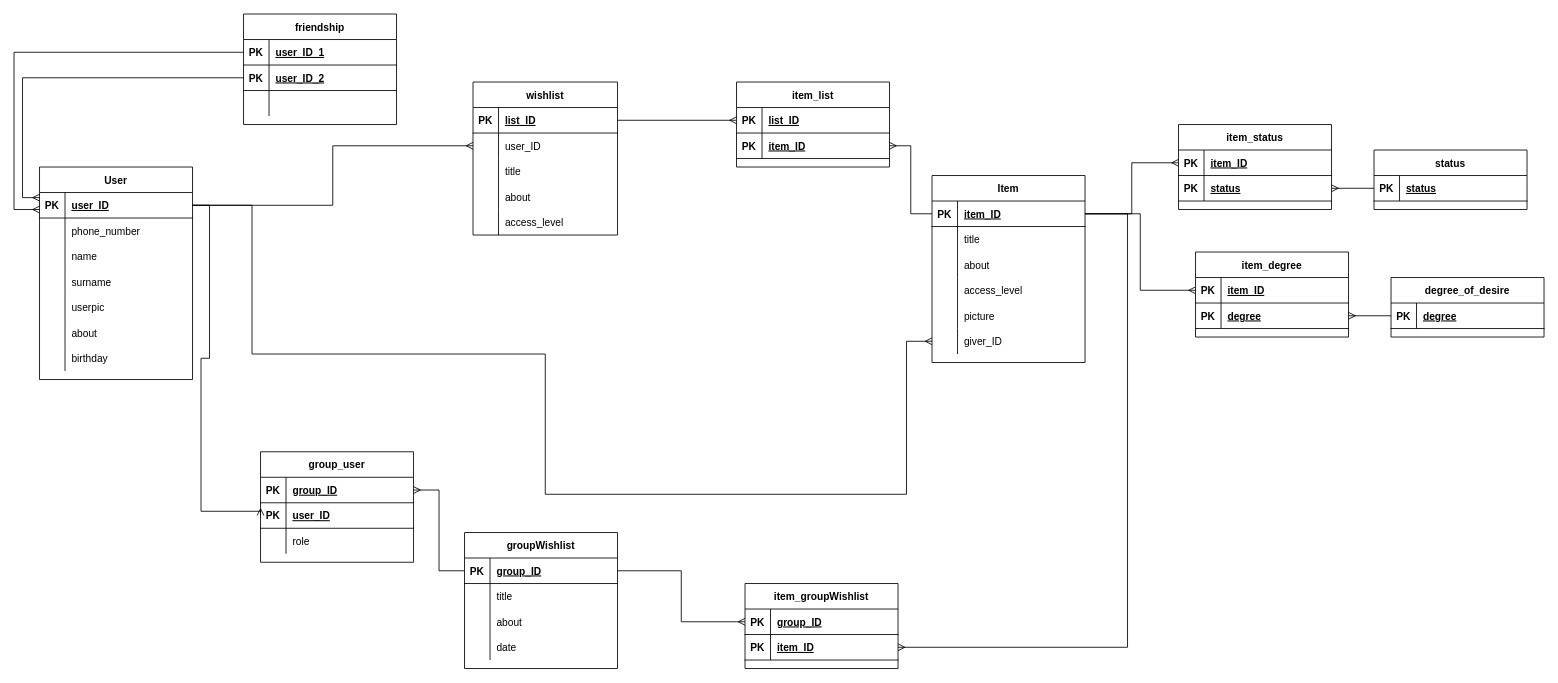
Before: ER_wishlist.drawio in johuex/wishlist_rest, a draw.io diagram. Source tidied: cells renumbered, new cells numbered last; positions are measured from the earlier drawing's top-left corner, leaving out a move shared by most shapes. Both pictures are drawn from the tidied source at 85%, with x=0, y=0 at pixel (14, 14).
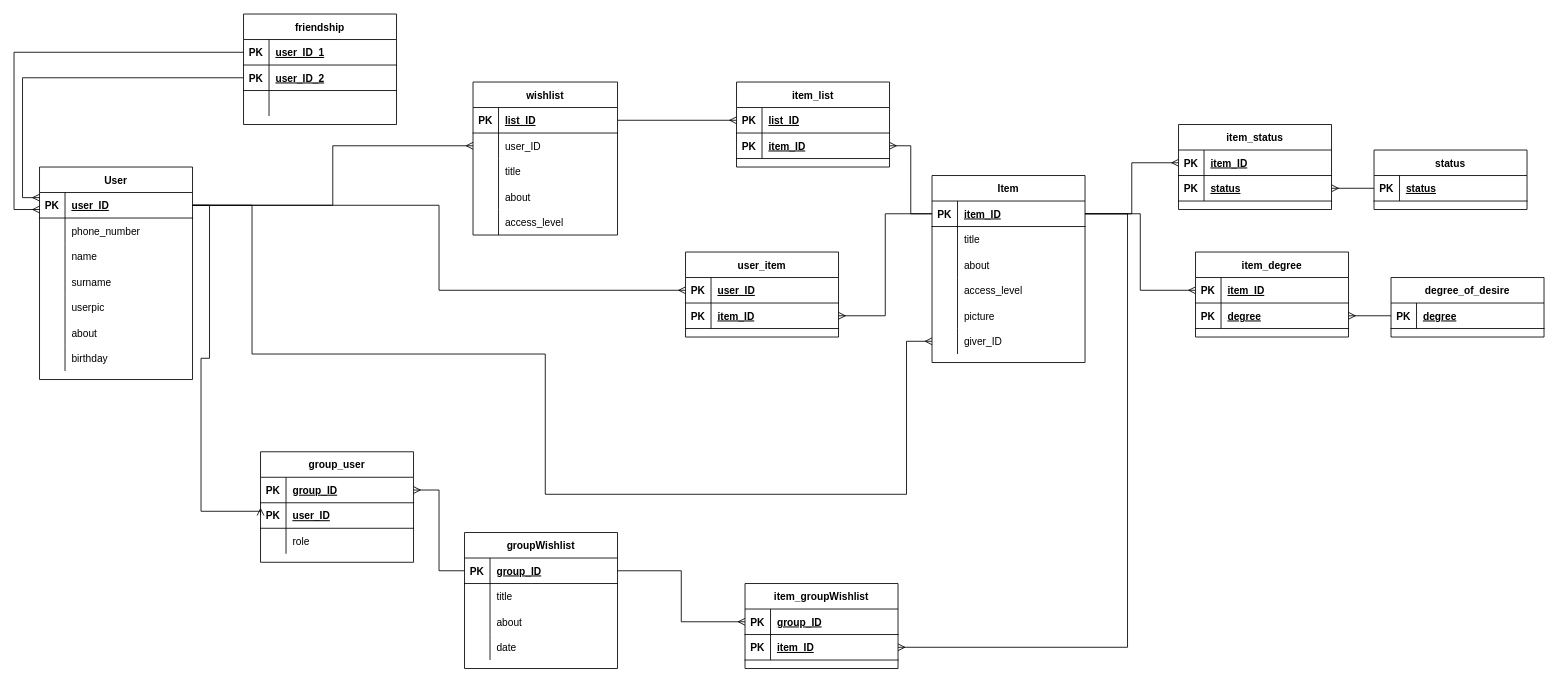
The same diagram, later.

Commit message (it also covers changes not shown here):
user_profile work

Unchanged cells that the change refers to:
```xml
<mxCell id="3" style="shape=partialRectangle;fillColor=none;top=0;left=0;bottom=1;right=0;points=[[0,0.5],[1,0.5]];portConstraint=eastwest;" parent="2" vertex="1">
  <mxGeometry y="30" width="180" height="30" as="geometry" />
</mxCell>
<mxCell id="102" style="shape=partialRectangle;fillColor=none;top=0;left=0;bottom=1;right=0;points=[[0,0.5],[1,0.5]];portConstraint=eastwest;" parent="101" vertex="1">
  <mxGeometry y="30" width="180" height="30" as="geometry" />
</mxCell>
```

Diff of the diagram source:
```diff
@@
+    <mxCell id="142" value="user_item" style="shape=table;startSize=30;childLayout=tableLayout;rowLines=0;fontStyle=1;align=center;" parent="1" vertex="1">
+      <mxGeometry x="790" y="280" width="180" height="100" as="geometry" />
+    </mxCell>
+    <mxCell id="143" style="shape=partialRectangle;fillColor=none;top=0;left=0;bottom=1;right=0;points=[[0,0.5],[1,0.5]];portConstraint=eastwest;" parent="142" vertex="1">
+      <mxGeometry y="30" width="180" height="30" as="geometry" />
+    </mxCell>
+    <mxCell id="144" value="PK" style="shape=partialRectangle;fillColor=none;top=0;left=0;bottom=0;right=0;fontStyle=1;overflow=hidden;" parent="143" vertex="1">
+      <mxGeometry width="30" height="30" as="geometry" />
+    </mxCell>
+    <mxCell id="145" value="user_ID" style="shape=partialRectangle;fillColor=none;top=0;left=0;bottom=0;right=0;align=left;spacingLeft=6;fontStyle=5;overflow=hidden;" parent="143" vertex="1">
+      <mxGeometry x="30" width="150" height="30" as="geometry" />
+    </mxCell>
+    <mxCell id="146" style="shape=partialRectangle;fillColor=none;top=0;left=0;bottom=1;right=0;points=[[0,0.5],[1,0.5]];portConstraint=eastwest;" parent="142" vertex="1">
+      <mxGeometry y="60" width="180" height="30" as="geometry" />
+    </mxCell>
+    <mxCell id="147" value="PK" style="shape=partialRectangle;fillColor=none;top=0;left=0;bottom=0;right=0;fontStyle=1;overflow=hidden;" parent="146" vertex="1">
+      <mxGeometry width="30" height="30" as="geometry" />
+    </mxCell>
+    <mxCell id="148" value="item_ID" style="shape=partialRectangle;fillColor=none;top=0;left=0;bottom=0;right=0;align=left;spacingLeft=6;fontStyle=5;overflow=hidden;" parent="146" vertex="1">
+      <mxGeometry x="30" width="150" height="30" as="geometry" />
+    </mxCell>
+    <mxCell id="149" style="edgeStyle=orthogonalEdgeStyle;rounded=0;jettySize=auto;html=1;exitX=1;exitY=0.5;exitDx=0;exitDy=0;entryX=0;entryY=0.5;entryDx=0;entryDy=0;endArrow=ERmany;endFill=0;" parent="1" edge="1" source="3" target="143">
+      <mxGeometry relative="1" as="geometry" />
+    </mxCell>
+    <mxCell id="150" style="edgeStyle=orthogonalEdgeStyle;rounded=0;jettySize=auto;html=1;exitX=0;exitY=0.5;exitDx=0;exitDy=0;entryX=1;entryY=0.5;entryDx=0;entryDy=0;endArrow=ERmany;endFill=0;" parent="1" edge="1" source="102" target="146">
+      <mxGeometry relative="1" as="geometry" />
+    </mxCell>
```
